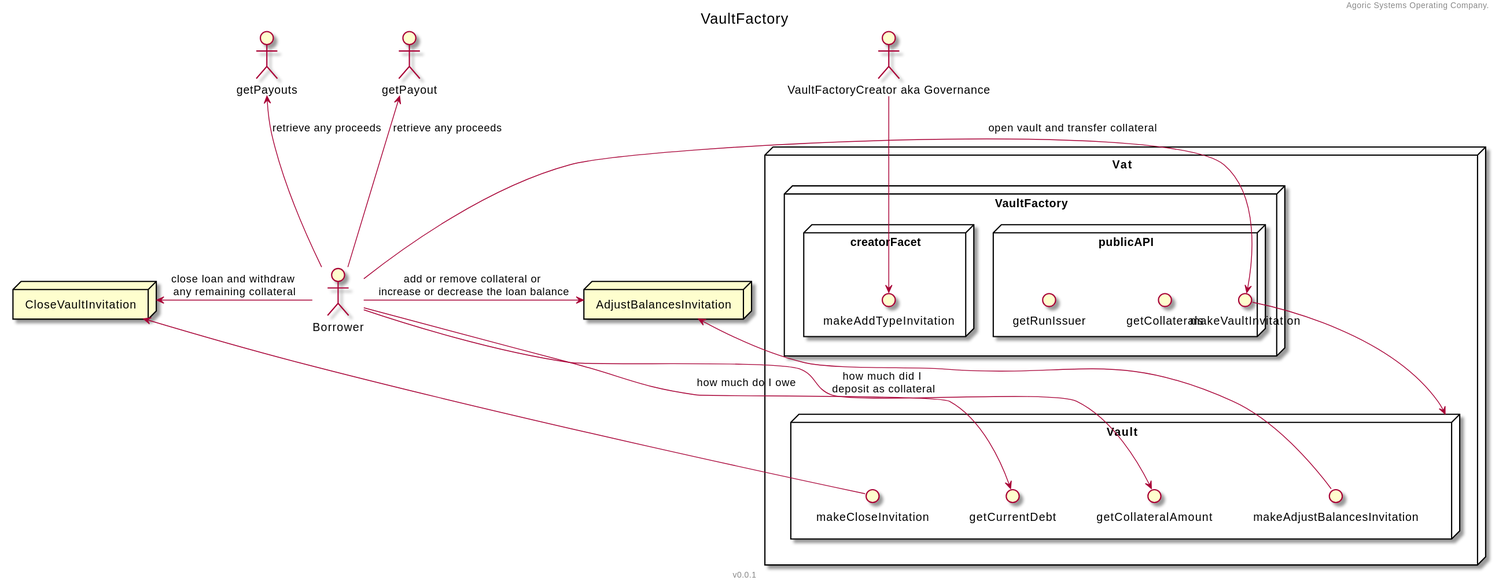
Agoric/agoric-sdk keeps this PlantUML diagram as docs/threat_models/vaultFactory/VaultFactory.svg. Above is the earlier version.
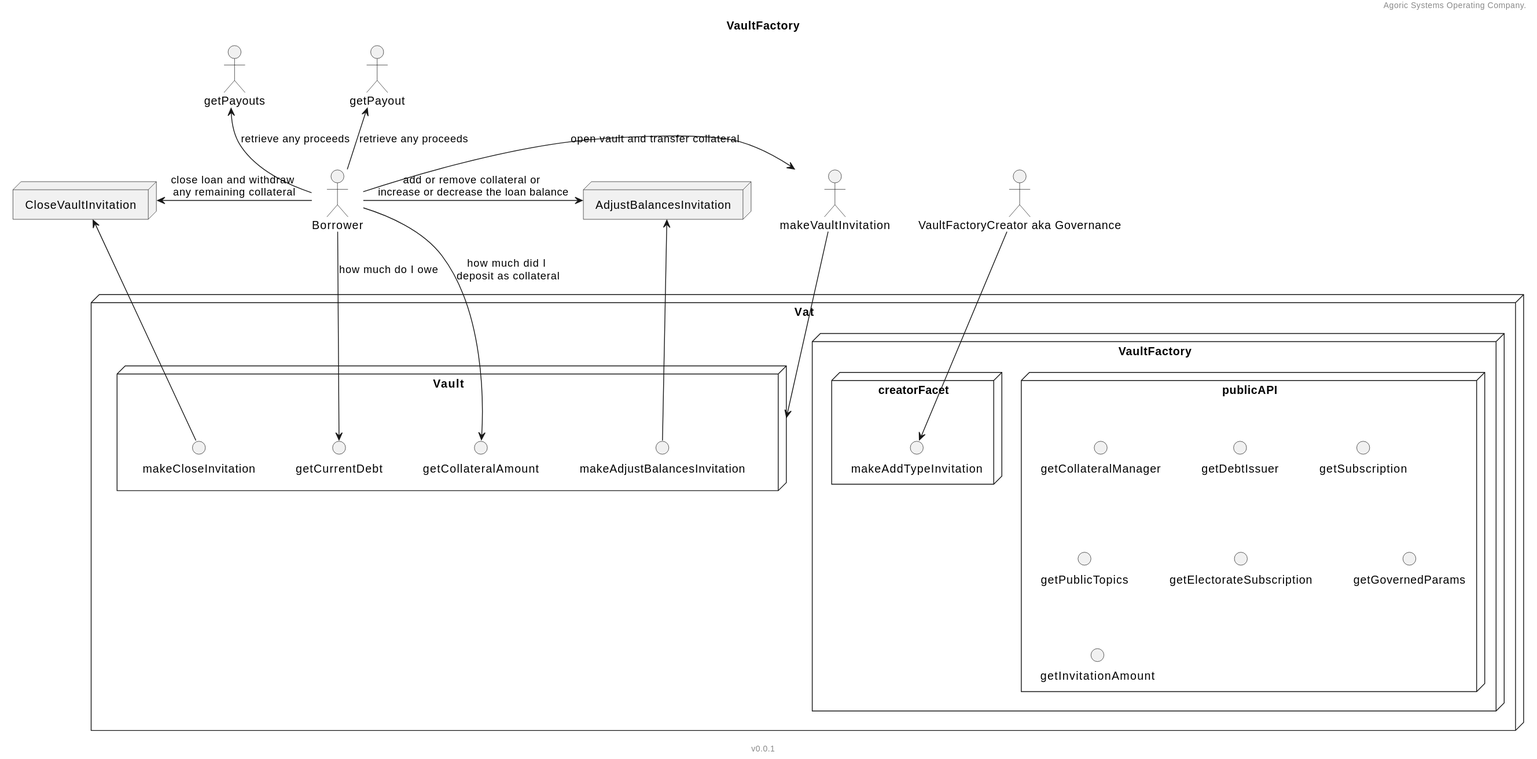
After the commit.

Diff of the diagram source:
```diff
@@ -1,4 +1,4 @@
-@startuml VaultFactory
+@startuml
 header Agoric Systems Operating Company.
 footer v0.0.1
 title VaultFactory
@@ -17,9 +17,13 @@
 node "Vat" {
     node VaultFactory {
         node "publicAPI" {
-            circle getCollaterals
-            circle makeVaultInvitation
-            circle getRunIssuer
+            circle getCollateralManager
+            circle getDebtIssuer
+            circle getSubscription
+            circle getPublicTopics
+            circle getElectorateSubscription
+            circle getGovernedParams
+            circle getInvitationAmount
         }
         node "creatorFacet" {
             circle makeAddTypeInvitation
@@ -43,5 +47,4 @@
 vfc -d-> makeAddTypeInvitation
 Borrower -d-> getCurrentDebt: how much do I owe
 Borrower -d-> getCollateralAmount: how much did I \ndeposit as collateral
-
 @enduml
```
